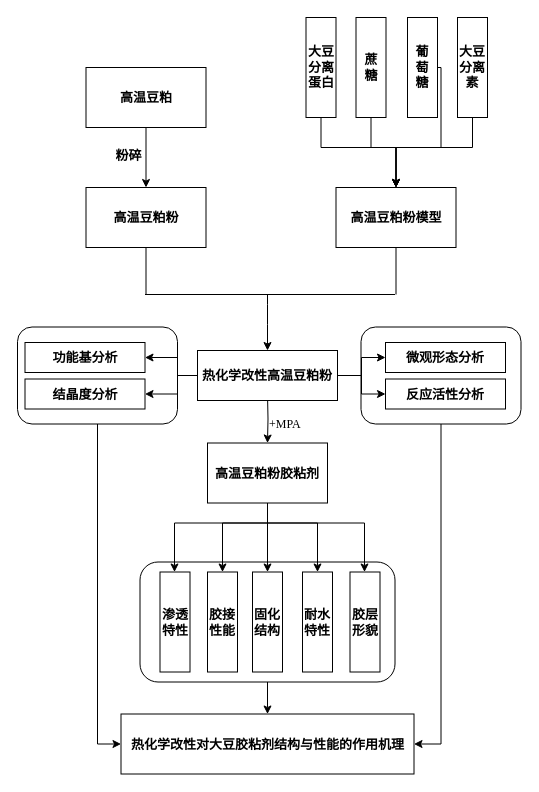
The draw.io diagram 20191022.drawio in zgzcir/draw.io, before the edit. Source tidied: cells renumbered, new cells numbered last; positions are measured from the earlier drawing's top-left corner, leaving out a move shared by most shapes. Both pictures are drawn from the tidied source at 100%, with x=0, y=0 at pixel (17, 17).
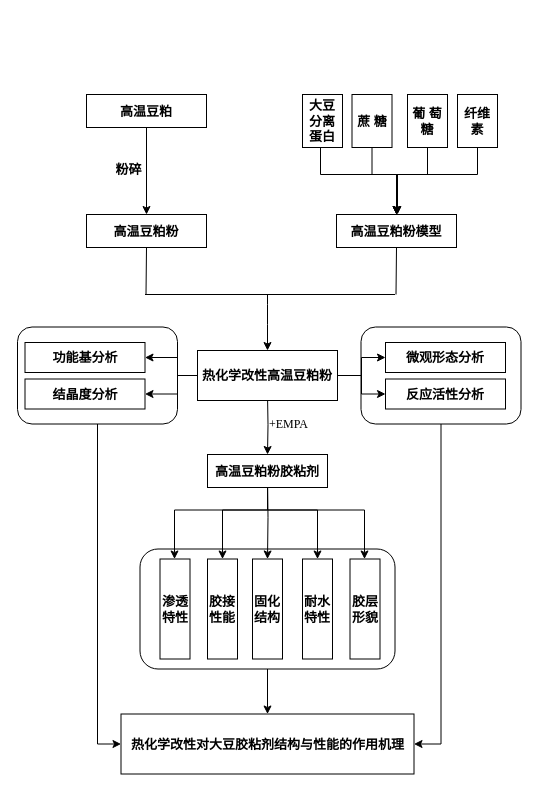
After the change.

Change to the diagram source:
```diff
@@
     <mxCell id="7" style="rounded=1;whiteSpace=wrap;html=1;fontFamily=宋体;" parent="1" vertex="1">
-      <mxGeometry x="122.5" y="544.5" width="255" height="120" as="geometry" />
+      <mxGeometry x="122.5" y="531.5" width="255" height="120" as="geometry" />
     </mxCell>
@@
     <mxCell id="9" value="高温豆粕粉" style="rounded=0;whiteSpace=wrap;html=1;fontStyle=1;fontSize=13;fontFamily=宋体;" parent="1" vertex="1">
-      <mxGeometry x="68.5" y="170" width="120" height="60" as="geometry" />
+      <mxGeometry x="69" y="197" width="120" height="33" as="geometry" />
     </mxCell>
     <mxCell id="10" value="高温豆粕粉模型" style="rounded=0;whiteSpace=wrap;html=1;fontStyle=1;fontSize=13;fontFamily=宋体;" parent="1" vertex="1">
-      <mxGeometry x="318.5" y="170" width="120" height="60" as="geometry" />
+      <mxGeometry x="319" y="197" width="120" height="33" as="geometry" />
     </mxCell>
     <mxCell id="11" style="edgeStyle=orthogonalEdgeStyle;rounded=0;jettySize=auto;html=1;entryX=0.5;entryY=0;entryDx=0;entryDy=0;" parent="1" edge="1" source="12" target="10">
       <mxGeometry relative="1" as="geometry">
         <Array as="points">
-          <mxPoint x="303.5" y="130" />
-          <mxPoint x="378.5" y="130" />
+          <mxPoint x="303" y="157" />
+          <mxPoint x="379" y="157" />
         </Array>
       </mxGeometry>
     </mxCell>
     <mxCell id="12" value="大豆分离蛋白" style="rounded=0;whiteSpace=wrap;html=1;fontStyle=1;fontSize=13;fontFamily=宋体;" parent="1" vertex="1">
-      <mxGeometry x="288.5" width="30" height="100" as="geometry" />
+      <mxGeometry x="285" y="77" width="40" height="53" as="geometry" />
     </mxCell>
-    <mxCell id="13" style="edgeStyle=orthogonalEdgeStyle;rounded=0;jettySize=auto;html=1;" parent="1" edge="1" source="14" target="10">
+    <mxCell id="13" style="edgeStyle=orthogonalEdgeStyle;rounded=0;jettySize=auto;html=1;entryX=0.5;entryY=0;entryDx=0;entryDy=0;" parent="1" edge="1" source="14" target="10">
       <mxGeometry relative="1" as="geometry">
         <Array as="points">
-          <mxPoint x="353.5" y="130" />
-          <mxPoint x="378.5" y="130" />
+          <mxPoint x="355" y="157" />
+          <mxPoint x="379" y="157" />
         </Array>
       </mxGeometry>
     </mxCell>
     <mxCell id="14" value="蔗 糖" style="rounded=0;whiteSpace=wrap;html=1;fontStyle=1;fontSize=13;fontFamily=宋体;" parent="1" vertex="1">
-      <mxGeometry x="338.5" width="30" height="100" as="geometry" />
+      <mxGeometry x="334.5" y="77" width="40" height="53" as="geometry" />
     </mxCell>
-    <mxCell id="15" style="edgeStyle=orthogonalEdgeStyle;rounded=0;jettySize=auto;html=1;" parent="1" edge="1" source="16">
-      <mxGeometry relative="1" as="geometry">
-        <mxPoint x="378.5" y="170" as="targetPoint" />
-        <Array as="points">
-          <mxPoint x="423.5" y="130" />
-          <mxPoint x="378.5" y="130" />
-        </Array>
-      </mxGeometry>
-    </mxCell>
+    <mxCell id="48" style="edgeStyle=orthogonalEdgeStyle;rounded=0;jettySize=auto;html=1;" parent="1" edge="1" source="16">
+      <mxGeometry relative="1" as="geometry">
+        <mxPoint x="380" y="197" as="targetPoint" />
+        <Array as="points">
+          <mxPoint x="410" y="157" />
+          <mxPoint x="380" y="157" />
+        </Array>
+      </mxGeometry>
+    </mxCell>
     <mxCell id="16" value="葡 萄 糖" style="rounded=0;whiteSpace=wrap;html=1;glass=0;gradientColor=none;horizontal=1;fontStyle=1;fontSize=13;fontFamily=宋体;" parent="1" vertex="1">
-      <mxGeometry x="390" width="30" height="100" as="geometry" />
+      <mxGeometry x="390" y="77" width="40" height="53" as="geometry" />
     </mxCell>
-    <mxCell id="17" style="edgeStyle=orthogonalEdgeStyle;rounded=0;jettySize=auto;html=1;entryX=0.5;entryY=0;entryDx=0;entryDy=0;" parent="1" edge="1" source="18" target="10">
+    <mxCell id="17" style="edgeStyle=orthogonalEdgeStyle;rounded=0;jettySize=auto;html=1;" parent="1" edge="1" source="18" target="10">
       <mxGeometry relative="1" as="geometry">
         <Array as="points">
-          <mxPoint x="455" y="130" />
-          <mxPoint x="379" y="130" />
+          <mxPoint x="460" y="157" />
+          <mxPoint x="379" y="157" />
         </Array>
       </mxGeometry>
     </mxCell>
-    <mxCell id="18" value="大豆分离素" style="rounded=0;whiteSpace=wrap;html=1;fontStyle=1;fontSize=13;fontFamily=宋体;" parent="1" vertex="1">
-      <mxGeometry x="440" width="30" height="100" as="geometry" />
+    <mxCell id="18" value="纤维素" style="rounded=0;whiteSpace=wrap;html=1;fontStyle=1;fontSize=13;fontFamily=宋体;" parent="1" vertex="1">
+      <mxGeometry x="440" y="77" width="40" height="53" as="geometry" />
     </mxCell>
@@
-    <mxCell id="27" style="edgeStyle=orthogonalEdgeStyle;rounded=0;jettySize=auto;html=1;" parent="1" edge="1" source="32" target="37">
+    <mxCell id="27" style="edgeStyle=orthogonalEdgeStyle;rounded=0;jettySize=auto;html=1;" parent="1" edge="1" target="37">
       <mxGeometry relative="1" as="geometry">
+        <mxPoint x="250" y="457" as="sourcePoint" />
         <Array as="points">
-          <mxPoint x="250" y="505.5" />
-          <mxPoint x="300" y="505.5" />
+          <mxPoint x="250" y="492.5" />
+          <mxPoint x="300" y="492.5" />
         </Array>
       </mxGeometry>
     </mxCell>
-    <mxCell id="28" style="edgeStyle=orthogonalEdgeStyle;rounded=0;jettySize=auto;html=1;" parent="1" edge="1" source="32" target="36">
-      <mxGeometry relative="1" as="geometry" />
+    <mxCell id="28" style="edgeStyle=orthogonalEdgeStyle;rounded=0;jettySize=auto;html=1;" parent="1" edge="1" target="36">
+      <mxGeometry relative="1" as="geometry">
+        <mxPoint x="250" y="457" as="sourcePoint" />
+      </mxGeometry>
     </mxCell>
-    <mxCell id="29" style="edgeStyle=orthogonalEdgeStyle;rounded=0;jettySize=auto;html=1;" parent="1" edge="1" source="32" target="35">
+    <mxCell id="29" style="edgeStyle=orthogonalEdgeStyle;rounded=0;jettySize=auto;html=1;" parent="1" edge="1" target="35">
       <mxGeometry relative="1" as="geometry">
+        <mxPoint x="250" y="457" as="sourcePoint" />
         <Array as="points">
-          <mxPoint x="250" y="505.5" />
-          <mxPoint x="205" y="505.5" />
+          <mxPoint x="250" y="492.5" />
+          <mxPoint x="205" y="492.5" />
         </Array>
       </mxGeometry>
     </mxCell>
-    <mxCell id="30" style="edgeStyle=orthogonalEdgeStyle;rounded=0;jettySize=auto;html=1;" parent="1" edge="1" source="32" target="34">
+    <mxCell id="30" style="edgeStyle=orthogonalEdgeStyle;rounded=0;jettySize=auto;html=1;" parent="1" edge="1" target="34">
       <mxGeometry relative="1" as="geometry">
+        <mxPoint x="250" y="457" as="sourcePoint" />
         <Array as="points">
-          <mxPoint x="250" y="505.5" />
-          <mxPoint x="157" y="505.5" />
+          <mxPoint x="250" y="492.5" />
+          <mxPoint x="157" y="492.5" />
         </Array>
       </mxGeometry>
     </mxCell>
-    <mxCell id="31" style="edgeStyle=orthogonalEdgeStyle;rounded=0;jettySize=auto;html=1;" parent="1" edge="1" source="32" target="38">
+    <mxCell id="31" style="edgeStyle=orthogonalEdgeStyle;rounded=0;jettySize=auto;html=1;" parent="1" edge="1" target="38">
       <mxGeometry relative="1" as="geometry">
+        <mxPoint x="250" y="457" as="sourcePoint" />
         <Array as="points">
-          <mxPoint x="250" y="505.5" />
-          <mxPoint x="347" y="505.5" />
+          <mxPoint x="250" y="492.5" />
+          <mxPoint x="347" y="492.5" />
         </Array>
       </mxGeometry>
     </mxCell>
     <mxCell id="32" value="高温豆粕粉胶粘剂" style="rounded=0;whiteSpace=wrap;html=1;fontFamily=宋体;fontStyle=1;fontSize=13;" parent="1" vertex="1">
-      <mxGeometry x="190" y="425.5" width="120" height="60" as="geometry" />
+      <mxGeometry x="190" y="437" width="120" height="33" as="geometry" />
     </mxCell>
-    <mxCell id="33" value="+MPA" style="text;html=1;align=left;verticalAlign=top;spacingTop=-4;fontFamily=Times New Roman;" parent="1" vertex="1">
+    <mxCell id="33" value="+EMPA" style="text;html=1;align=left;verticalAlign=top;spacingTop=-4;fontFamily=Times New Roman;" parent="1" vertex="1">
       <mxGeometry x="250" y="396.5" width="50" height="20" as="geometry" />
     </mxCell>
     <mxCell id="34" value="渗透特性" style="rounded=0;whiteSpace=wrap;html=1;fontStyle=1;fontSize=13;fontFamily=宋体;" parent="1" vertex="1">
-      <mxGeometry x="142.5" y="554.5" width="30" height="100" as="geometry" />
+      <mxGeometry x="142.5" y="541.5" width="30" height="100" as="geometry" />
     </mxCell>
     <mxCell id="35" value="胶接性能" style="rounded=0;whiteSpace=wrap;html=1;fontStyle=1;fontSize=13;fontFamily=宋体;" parent="1" vertex="1">
-      <mxGeometry x="190" y="554.5" width="30" height="100" as="geometry" />
+      <mxGeometry x="190" y="541.5" width="30" height="100" as="geometry" />
     </mxCell>
     <mxCell id="36" value="固化结构" style="rounded=0;whiteSpace=wrap;html=1;fontStyle=1;fontSize=13;fontFamily=宋体;" parent="1" vertex="1">
-      <mxGeometry x="235" y="554.5" width="30" height="100" as="geometry" />
+      <mxGeometry x="235" y="541.5" width="30" height="100" as="geometry" />
     </mxCell>
     <mxCell id="37" value="耐水特性" style="rounded=0;whiteSpace=wrap;html=1;fontStyle=1;fontSize=13;fontFamily=宋体;" parent="1" vertex="1">
-      <mxGeometry x="285" y="554.5" width="30" height="100" as="geometry" />
+      <mxGeometry x="285" y="541.5" width="30" height="100" as="geometry" />
     </mxCell>
     <mxCell id="38" value="胶层形貌" style="rounded=0;whiteSpace=wrap;html=1;fontStyle=1;fontSize=13;fontFamily=宋体;" parent="1" vertex="1">
-      <mxGeometry x="332.5" y="554.5" width="30" height="100" as="geometry" />
+      <mxGeometry x="332.5" y="541.5" width="30" height="100" as="geometry" />
     </mxCell>
@@
     <mxCell id="46" value="高温豆粕" style="rounded=0;whiteSpace=wrap;html=1;fontStyle=1;fontSize=13;fontFamily=宋体;" parent="1" vertex="1">
-      <mxGeometry x="68.5" y="50" width="120" height="60" as="geometry" />
+      <mxGeometry x="69" y="77" width="120" height="33" as="geometry" />
     </mxCell>
```
